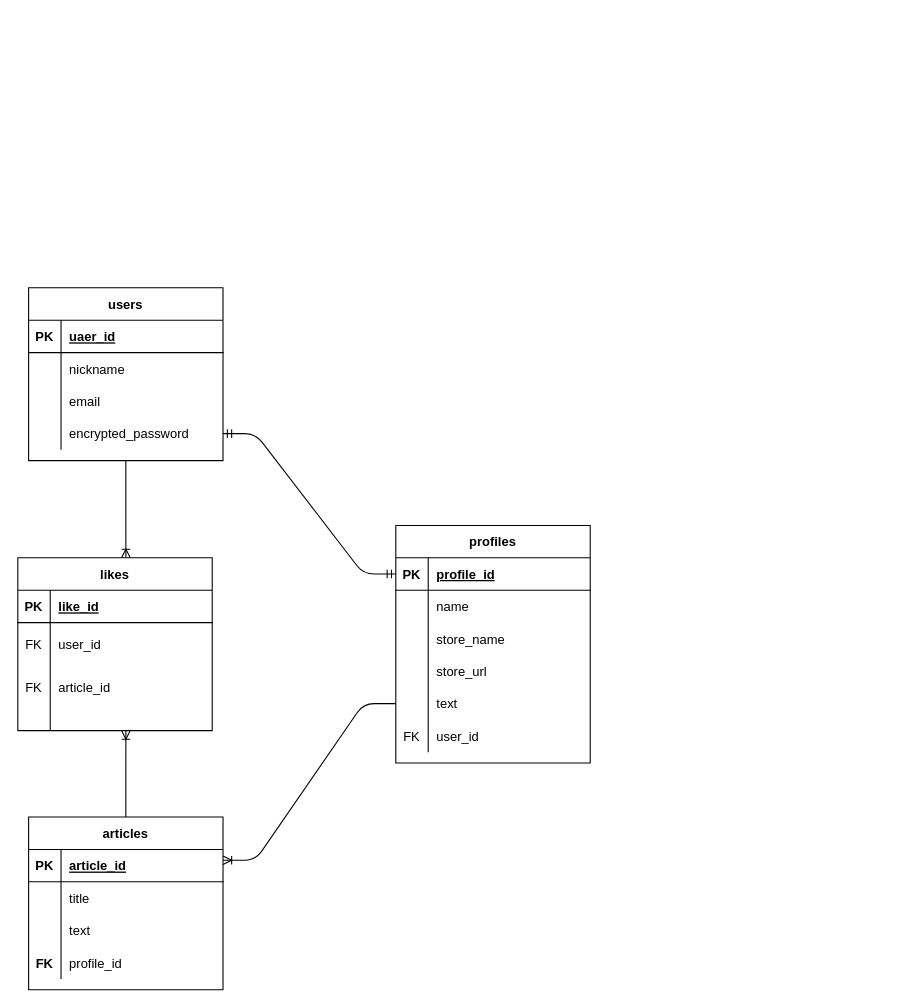
Earlier version of the draw.io diagram youme_ER.dio (yait-ucess/YouMe). Source tidied: cells renumbered, new cells numbered last; positions are measured from the earlier drawing's top-left corner, leaving out a move shared by most shapes. Both pictures are drawn from the tidied source at 108%, with x=0, y=0 at pixel (17, 287).
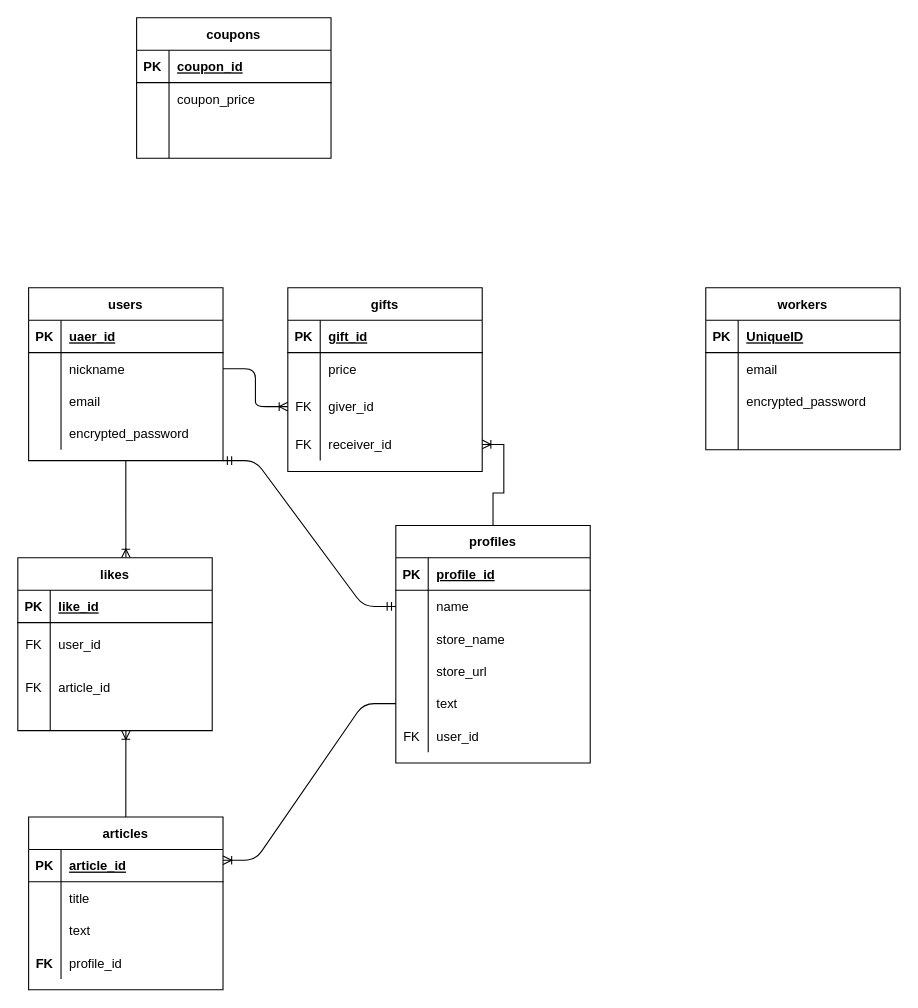
After the change.

Unchanged cells that the change refers to:
```xml
<mxCell id="3" value="users" style="shape=table;startSize=30;childLayout=tableLayout;rowLines=0;fontStyle=1;align=center;" parent="1" vertex="1">
  <mxGeometry x="10" width="180" height="160" as="geometry" />
</mxCell>
<mxCell id="7" style="shape=partialRectangle;fillColor=none;top=0;left=0;bottom=0;right=0;points=[[0,0.5],[1,0.5]];portConstraint=eastwest;" parent="3" vertex="1">
  <mxGeometry y="60" width="180" height="30" as="geometry" />
</mxCell>
<mxCell id="13" style="shape=partialRectangle;fillColor=none;top=0;left=0;bottom=0;right=0;points=[[0,0.5],[1,0.5]];portConstraint=eastwest;" parent="3" vertex="1">
  <mxGeometry y="120" width="180" height="30" as="geometry" />
</mxCell>
<mxCell id="16" value="profiles" style="shape=table;startSize=30;childLayout=tableLayout;rowLines=0;fontStyle=1;align=center;" parent="1" vertex="1">
  <mxGeometry x="350" y="220" width="180" height="220" as="geometry" />
</mxCell>
<mxCell id="17" style="shape=partialRectangle;fillColor=none;top=0;left=0;bottom=1;right=0;points=[[0,0.5],[1,0.5]];portConstraint=eastwest;" parent="16" vertex="1">
  <mxGeometry y="30" width="180" height="30" as="geometry" />
</mxCell>
<mxCell id="20" style="shape=partialRectangle;fillColor=none;top=0;left=0;bottom=0;right=0;points=[[0,0.5],[1,0.5]];portConstraint=eastwest;" parent="16" vertex="1">
  <mxGeometry y="60" width="180" height="30" as="geometry" />
</mxCell>
```

Change to the diagram source:
```diff
@@
+    <mxCell id="64" style="edgeStyle=orthogonalEdgeStyle;rounded=0;jumpSize=4;jettySize=auto;html=1;exitX=0.5;exitY=0;exitDx=0;exitDy=0;entryX=1;entryY=0.5;entryDx=0;entryDy=0;startSize=6;endArrow=ERoneToMany;endFill=0;" parent="1" edge="1" source="16" target="76">
+      <mxGeometry relative="1" as="geometry" />
+    </mxCell>
@@
-    <mxCell id="49" style="edgeStyle=entityRelationEdgeStyle;fontSize=12;html=1;endArrow=ERmandOne;startArrow=ERmandOne;entryX=1;entryY=0.5;entryDx=0;entryDy=0;exitX=0;exitY=0.5;exitDx=0;exitDy=0;" parent="1" edge="1" source="17" target="13">
+    <mxCell id="49" style="edgeStyle=entityRelationEdgeStyle;fontSize=12;html=1;endArrow=ERmandOne;startArrow=ERmandOne;exitX=0;exitY=0.5;exitDx=0;exitDy=0;entryX=1;entryY=1;entryDx=0;entryDy=0;" parent="1" edge="1" source="20" target="3">
       <mxGeometry relative="1" as="geometry" />
     </mxCell>
@@
+    <mxCell id="65" style="edgeStyle=entityRelationEdgeStyle;fontSize=12;html=1;endArrow=ERoneToMany;entryX=0;entryY=0.5;entryDx=0;entryDy=0;exitX=1;exitY=0.5;exitDx=0;exitDy=0;" parent="1" edge="1" source="7" target="73">
+      <mxGeometry relative="1" as="geometry" />
+    </mxCell>
+    <mxCell id="66" value="gifts" style="shape=table;startSize=30;childLayout=tableLayout;rowLines=0;fontStyle=1;align=center;" parent="1" vertex="1">
+      <mxGeometry x="250" width="180" height="170" as="geometry" />
+    </mxCell>
+    <mxCell id="67" style="shape=partialRectangle;fillColor=none;top=0;left=0;bottom=1;right=0;" parent="66" vertex="1">
+      <mxGeometry y="30" width="180" height="30" as="geometry" />
+    </mxCell>
+    <mxCell id="68" value="PK" style="shape=partialRectangle;fillColor=none;top=0;left=0;bottom=0;right=0;fontStyle=1;overflow=hidden;" parent="67" vertex="1">
+      <mxGeometry width="30" height="30" as="geometry" />
+    </mxCell>
+    <mxCell id="69" value="gift_id" style="shape=partialRectangle;fillColor=none;top=0;left=0;bottom=0;right=0;align=left;spacingLeft=6;fontStyle=5;overflow=hidden;" parent="67" vertex="1">
+      <mxGeometry x="30" width="150" height="30" as="geometry" />
+    </mxCell>
+    <mxCell id="70" style="shape=partialRectangle;fillColor=none;top=0;left=0;bottom=0;right=0;" parent="66" vertex="1">
+      <mxGeometry y="60" width="180" height="30" as="geometry" />
+    </mxCell>
+    <mxCell id="71" style="shape=partialRectangle;fillColor=none;top=0;left=0;bottom=0;right=0;overflow=hidden;" parent="70" vertex="1">
+      <mxGeometry width="30" height="30" as="geometry" />
+    </mxCell>
+    <mxCell id="72" value="price" style="shape=partialRectangle;fillColor=none;top=0;left=0;bottom=0;right=0;align=left;spacingLeft=6;overflow=hidden;" parent="70" vertex="1">
+      <mxGeometry x="30" width="150" height="30" as="geometry" />
+    </mxCell>
+    <mxCell id="73" style="shape=partialRectangle;fillColor=none;top=0;left=0;bottom=0;right=0;points=[[0,0.5],[1,0.5]];portConstraint=eastwest;" parent="66" vertex="1">
+      <mxGeometry y="90" width="180" height="40" as="geometry" />
+    </mxCell>
+    <mxCell id="74" value="FK" style="shape=partialRectangle;fillColor=none;top=0;left=0;bottom=0;right=0;overflow=hidden;" parent="73" vertex="1">
+      <mxGeometry width="30" height="40" as="geometry" />
+    </mxCell>
+    <mxCell id="75" value="giver_id" style="shape=partialRectangle;fillColor=none;top=0;left=0;bottom=0;right=0;align=left;spacingLeft=6;overflow=hidden;" parent="73" vertex="1">
+      <mxGeometry x="30" width="150" height="40" as="geometry" />
+    </mxCell>
+    <mxCell id="76" style="shape=partialRectangle;fillColor=none;top=0;left=0;bottom=0;right=0;points=[[0,0.5],[1,0.5]];portConstraint=eastwest;" parent="66" vertex="1">
+      <mxGeometry y="130" width="180" height="30" as="geometry" />
+    </mxCell>
+    <mxCell id="77" value="FK" style="shape=partialRectangle;fillColor=none;top=0;left=0;bottom=0;right=0;overflow=hidden;" parent="76" vertex="1">
+      <mxGeometry width="30" height="30" as="geometry" />
+    </mxCell>
+    <mxCell id="78" value="receiver_id" style="shape=partialRectangle;fillColor=none;top=0;left=0;bottom=0;right=0;align=left;spacingLeft=6;overflow=hidden;" parent="76" vertex="1">
+      <mxGeometry x="30" width="150" height="30" as="geometry" />
+    </mxCell>
+    <mxCell id="79" value="coupons" style="shape=table;startSize=30;childLayout=tableLayout;rowLines=0;fontStyle=1;align=center;" parent="1" vertex="1">
+      <mxGeometry x="110" y="-250" width="180" height="130" as="geometry" />
+    </mxCell>
+    <mxCell id="80" style="shape=partialRectangle;fillColor=none;top=0;left=0;bottom=1;right=0;" parent="79" vertex="1">
+      <mxGeometry y="30" width="180" height="30" as="geometry" />
+    </mxCell>
+    <mxCell id="81" value="PK" style="shape=partialRectangle;fillColor=none;top=0;left=0;bottom=0;right=0;fontStyle=1;overflow=hidden;" parent="80" vertex="1">
+      <mxGeometry width="30" height="30" as="geometry" />
+    </mxCell>
+    <mxCell id="82" value="coupon_id" style="shape=partialRectangle;fillColor=none;top=0;left=0;bottom=0;right=0;align=left;spacingLeft=6;fontStyle=5;overflow=hidden;" parent="80" vertex="1">
+      <mxGeometry x="30" width="150" height="30" as="geometry" />
+    </mxCell>
+    <mxCell id="83" style="shape=partialRectangle;fillColor=none;top=0;left=0;bottom=0;right=0;" parent="79" vertex="1">
+      <mxGeometry y="60" width="180" height="30" as="geometry" />
+    </mxCell>
+    <mxCell id="84" style="shape=partialRectangle;fillColor=none;top=0;left=0;bottom=0;right=0;overflow=hidden;" parent="83" vertex="1">
+      <mxGeometry width="30" height="30" as="geometry" />
+    </mxCell>
+    <mxCell id="85" value="coupon_price" style="shape=partialRectangle;fillColor=none;top=0;left=0;bottom=0;right=0;align=left;spacingLeft=6;overflow=hidden;" parent="83" vertex="1">
+      <mxGeometry x="30" width="150" height="30" as="geometry" />
+    </mxCell>
+    <mxCell id="86" style="shape=partialRectangle;fillColor=none;top=0;left=0;bottom=0;right=0;" parent="79" vertex="1">
+      <mxGeometry y="90" width="180" height="20" as="geometry" />
+    </mxCell>
+    <mxCell id="87" style="shape=partialRectangle;fillColor=none;top=0;left=0;bottom=0;right=0;overflow=hidden;" parent="86" vertex="1">
+      <mxGeometry width="30" height="20" as="geometry" />
+    </mxCell>
+    <mxCell id="88" style="shape=partialRectangle;fillColor=none;top=0;left=0;bottom=0;right=0;align=left;spacingLeft=6;overflow=hidden;" parent="86" vertex="1">
+      <mxGeometry x="30" width="150" height="20" as="geometry" />
+    </mxCell>
+    <mxCell id="89" style="shape=partialRectangle;fillColor=none;top=0;left=0;bottom=0;right=0;" parent="79" vertex="1">
+      <mxGeometry y="110" width="180" height="20" as="geometry" />
+    </mxCell>
+    <mxCell id="90" style="shape=partialRectangle;fillColor=none;top=0;left=0;bottom=0;right=0;overflow=hidden;" parent="89" vertex="1">
+      <mxGeometry width="30" height="20" as="geometry" />
+    </mxCell>
+    <mxCell id="91" style="shape=partialRectangle;fillColor=none;top=0;left=0;bottom=0;right=0;align=left;spacingLeft=6;overflow=hidden;" parent="89" vertex="1">
+      <mxGeometry x="30" width="150" height="20" as="geometry" />
+    </mxCell>
+    <mxCell id="92" value="workers" style="shape=table;startSize=30;childLayout=tableLayout;rowLines=0;fontStyle=1;align=center;" parent="1" vertex="1">
+      <mxGeometry x="637" width="180" height="150" as="geometry" />
+    </mxCell>
+    <mxCell id="93" style="shape=partialRectangle;fillColor=none;top=0;left=0;bottom=1;right=0;" parent="92" vertex="1">
+      <mxGeometry y="30" width="180" height="30" as="geometry" />
+    </mxCell>
+    <mxCell id="94" value="PK" style="shape=partialRectangle;fillColor=none;top=0;left=0;bottom=0;right=0;fontStyle=1;overflow=hidden;" parent="93" vertex="1">
+      <mxGeometry width="30" height="30" as="geometry" />
+    </mxCell>
+    <mxCell id="95" value="UniqueID" style="shape=partialRectangle;fillColor=none;top=0;left=0;bottom=0;right=0;align=left;spacingLeft=6;fontStyle=5;overflow=hidden;" parent="93" vertex="1">
+      <mxGeometry x="30" width="150" height="30" as="geometry" />
+    </mxCell>
+    <mxCell id="96" style="shape=partialRectangle;fillColor=none;top=0;left=0;bottom=0;right=0;" parent="92" vertex="1">
+      <mxGeometry y="60" width="180" height="30" as="geometry" />
+    </mxCell>
+    <mxCell id="97" style="shape=partialRectangle;fillColor=none;top=0;left=0;bottom=0;right=0;overflow=hidden;" parent="96" vertex="1">
+      <mxGeometry width="30" height="30" as="geometry" />
+    </mxCell>
+    <mxCell id="98" value="email" style="shape=partialRectangle;fillColor=none;top=0;left=0;bottom=0;right=0;align=left;spacingLeft=6;overflow=hidden;" parent="96" vertex="1">
+      <mxGeometry x="30" width="150" height="30" as="geometry" />
+    </mxCell>
+    <mxCell id="99" style="shape=partialRectangle;fillColor=none;top=0;left=0;bottom=0;right=0;" parent="92" vertex="1">
+      <mxGeometry y="90" width="180" height="30" as="geometry" />
+    </mxCell>
+    <mxCell id="100" style="shape=partialRectangle;fillColor=none;top=0;left=0;bottom=0;right=0;overflow=hidden;" parent="99" vertex="1">
+      <mxGeometry width="30" height="30" as="geometry" />
+    </mxCell>
+    <mxCell id="101" value="encrypted_password" style="shape=partialRectangle;fillColor=none;top=0;left=0;bottom=0;right=0;align=left;spacingLeft=6;overflow=hidden;" parent="99" vertex="1">
+      <mxGeometry x="30" width="150" height="30" as="geometry" />
+    </mxCell>
+    <mxCell id="102" style="shape=partialRectangle;fillColor=none;top=0;left=0;bottom=0;right=0;" parent="92" vertex="1">
+      <mxGeometry y="120" width="180" height="30" as="geometry" />
+    </mxCell>
+    <mxCell id="103" style="shape=partialRectangle;fillColor=none;top=0;left=0;bottom=0;right=0;overflow=hidden;" parent="102" vertex="1">
+      <mxGeometry width="30" height="30" as="geometry" />
+    </mxCell>
+    <mxCell id="104" style="shape=partialRectangle;fillColor=none;top=0;left=0;bottom=0;right=0;align=left;spacingLeft=6;overflow=hidden;" parent="102" vertex="1">
+      <mxGeometry x="30" width="150" height="30" as="geometry" />
+    </mxCell>
```
